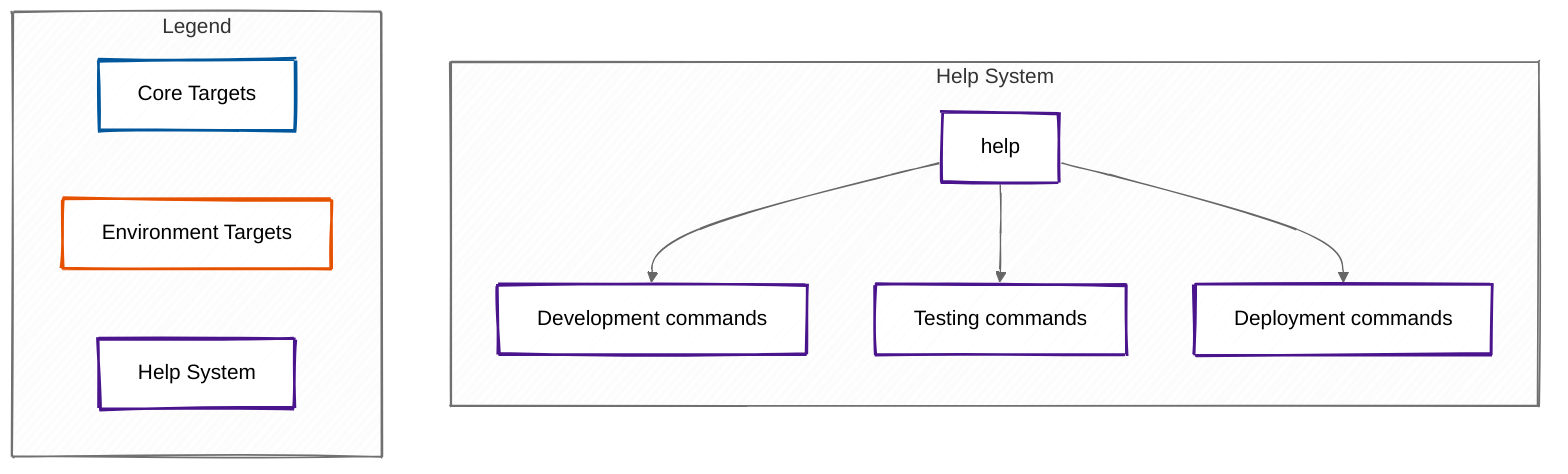
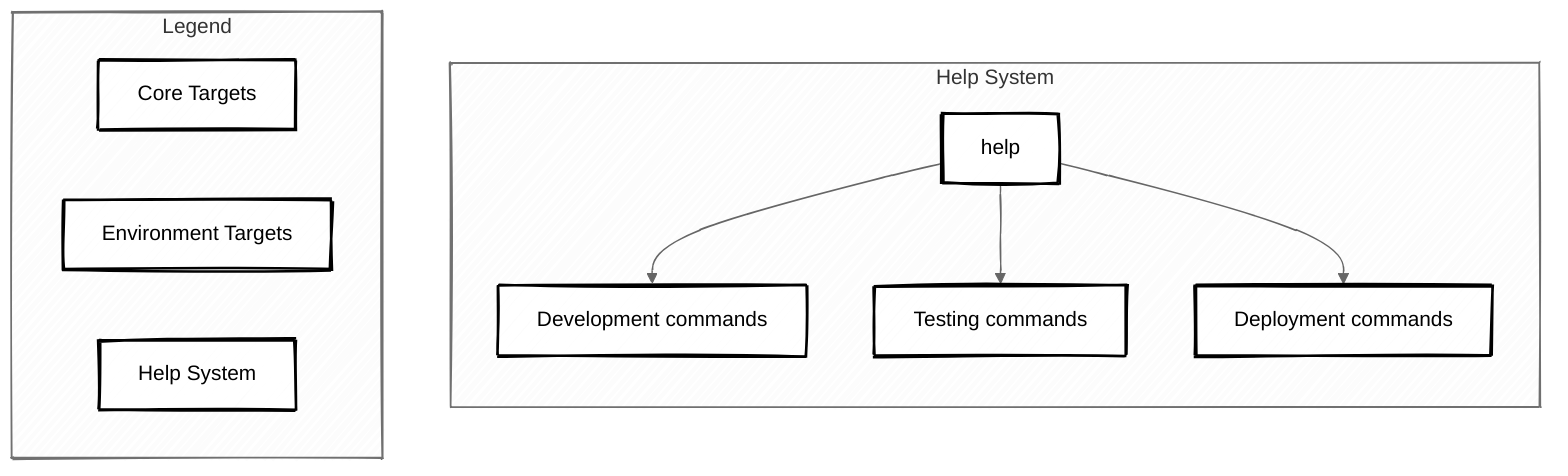
---
config:
  look: handDrawn
  theme: neutral
---
flowchart TD
    %% Styling
-     classDef core fill:#fff,stroke:#01579b,stroke-width:2px,color:#000
-     classDef env fill:#fff,stroke:#e65100,stroke-width:2px,color:#000
-     classDef help fill:#fff,stroke:#4a148c,stroke-width:2px,color:#000
+     classDef core fill:#fff,stroke:#000,stroke-width:2px,color:#000
+     classDef env fill:#fff,stroke:#000,stroke-width:2px,color:#000
+     classDef help fill:#fff,stroke:#000,stroke-width:2px,color:#000
    subgraph "Help System"
        direction TB
        H["help"]:::help
        HD["Development commands"]:::help
        HT["Testing commands"]:::help
        HDP["Deployment commands"]:::help

        H --> HD
        H --> HT
        H --> HDP
    end

    %% Legend
    subgraph "Legend"
        direction LR
        L1["Core Targets"]:::core
        L2["Environment Targets"]:::env
        L3["Help System"]:::help
    end
